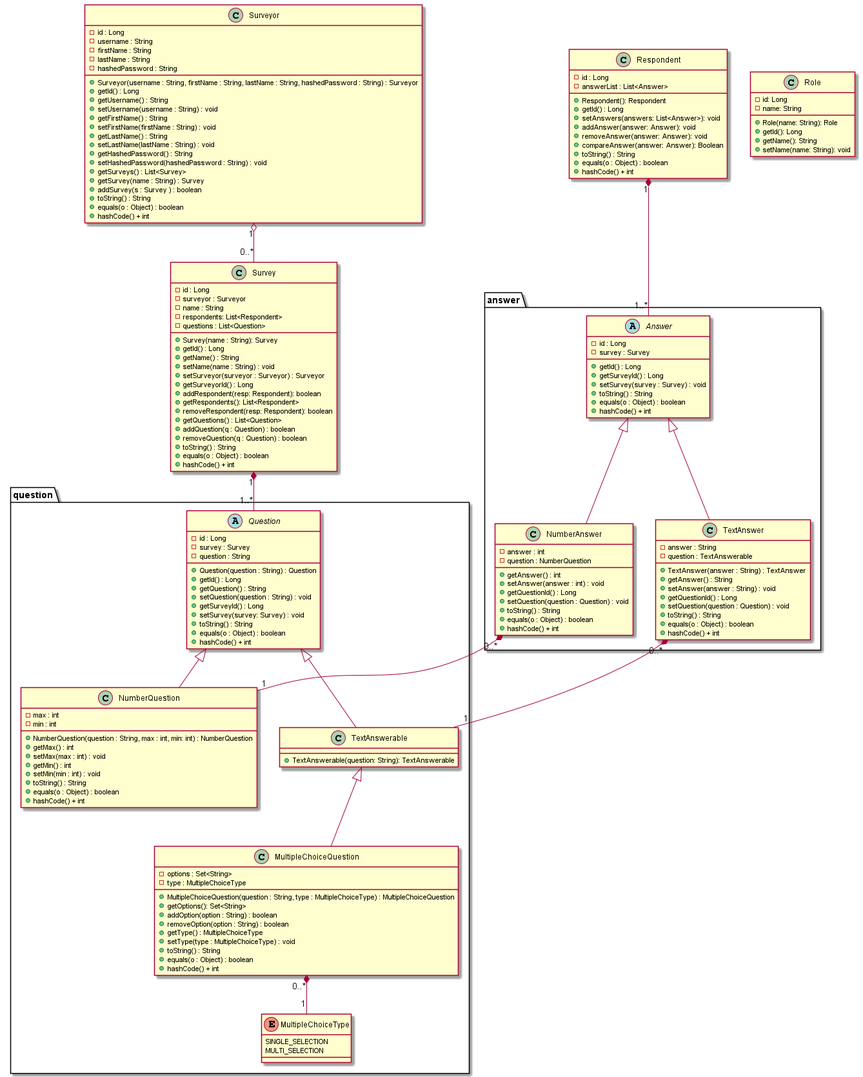
The PlantUML diagram docs/Models.png in Daniel-W-Innes/SYSC4806-Project-Backend, before a commit.
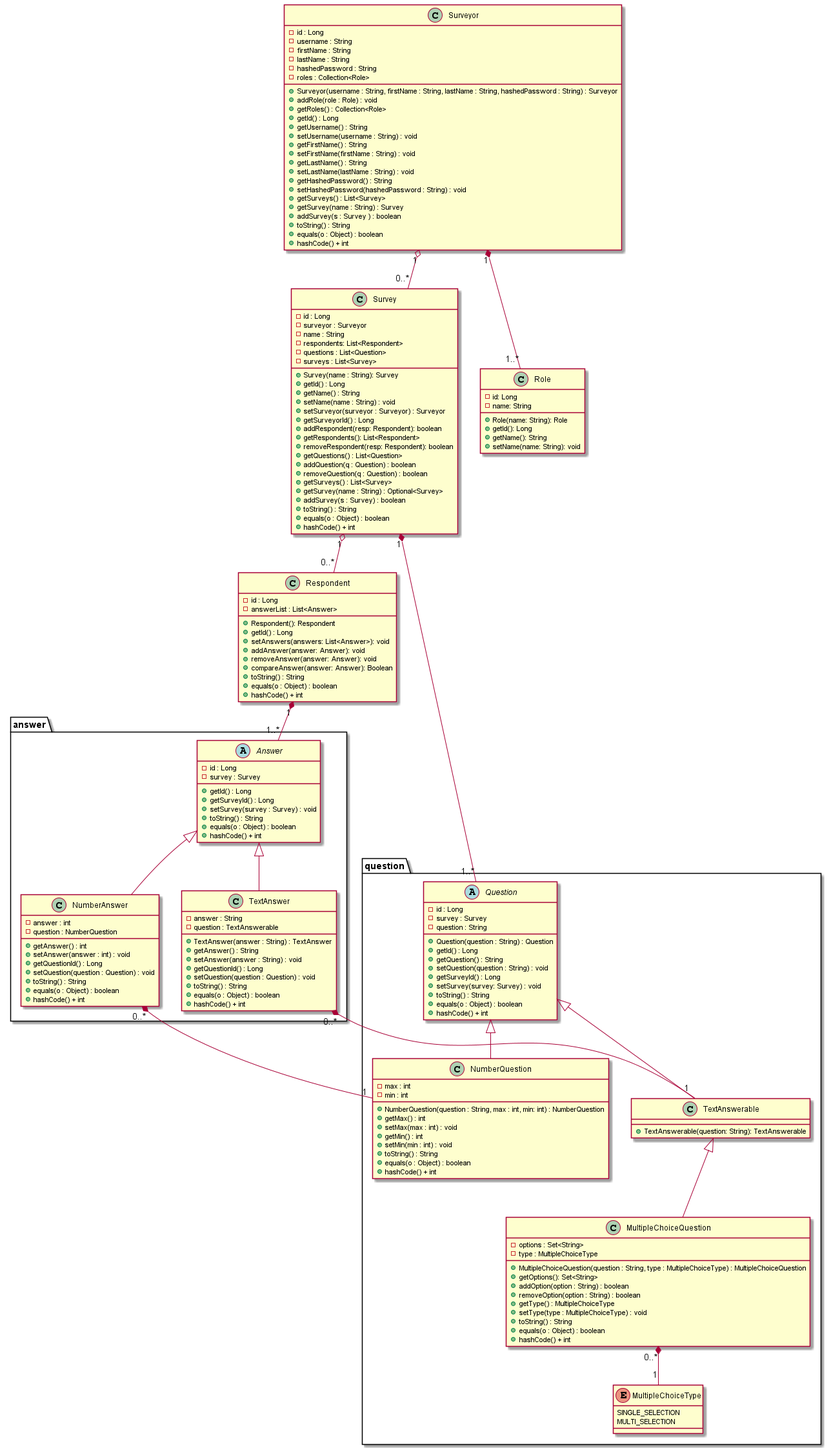
The same file after the commit.

Diff of the diagram source:
```diff
@@ -6,7 +6,10 @@
     - firstName : String
     - lastName : String
     - hashedPassword : String
+    - roles : Collection<Role>
     + Surveyor(username : String, firstName : String, lastName : String, hashedPassword : String) : Surveyor
+    + addRole(role : Role) : void
+    + getRoles() : Collection<Role>
     + getId() : Long
     + getUsername() : String
     + setUsername(username : String) : void
@@ -30,6 +33,7 @@
     - name : String
     - respondents: List<Respondent>
     - questions : List<Question>
+    - surveys : List<Survey>
     + Survey(name : String): Survey
     + getId() : Long
     + getName() : String
@@ -42,6 +46,9 @@
     + getQuestions() : List<Question>
     + addQuestion(q : Question) : boolean
     + removeQuestion(q : Question) : boolean
+    + getSurveys() : List<Survey>
+    + getSurvey(name : String) : Optional<Survey>
+    + addSurvey(s : Survey) : boolean
     + toString() : String
     + equals(o : Object) : boolean
     + hashCode() + int
@@ -160,6 +167,8 @@
 NumberAnswer "0..*" *-- "1" NumberQuestion
 MultipleChoiceQuestion "0..*" *-- "1" MultipleChoiceType
 Respondent "1" *-- "1..*" Answer
+Survey "1" o-- "0..*" Respondent
+Surveyor "1" *-- "1..*" Role
 
 
 @enduml
```
